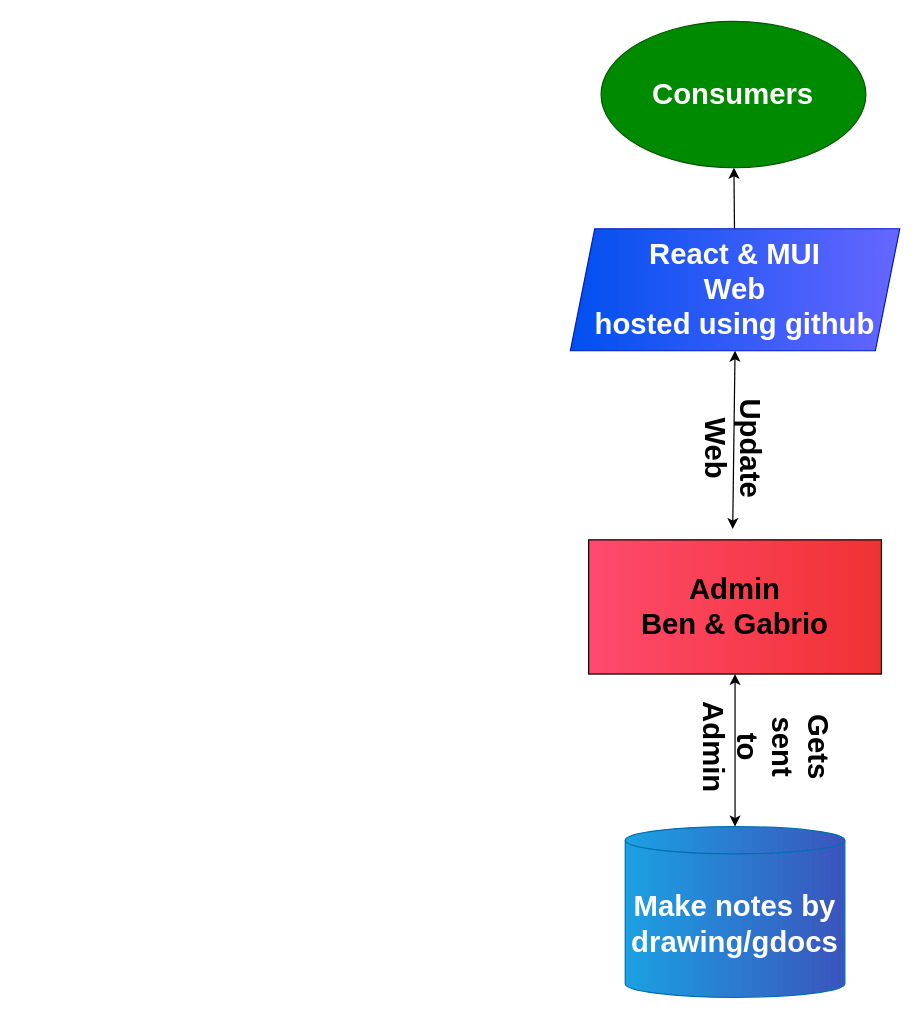
The draw.io diagram structure.drawio in Benedict02/caniarc, before the edit. Source tidied: cells renumbered, new cells numbered last; positions are measured from the earlier drawing's top-left corner, leaving out a move shared by most shapes. Both pictures are drawn from the tidied source at 122%, with x=0, y=0 at pixel (570, 21).
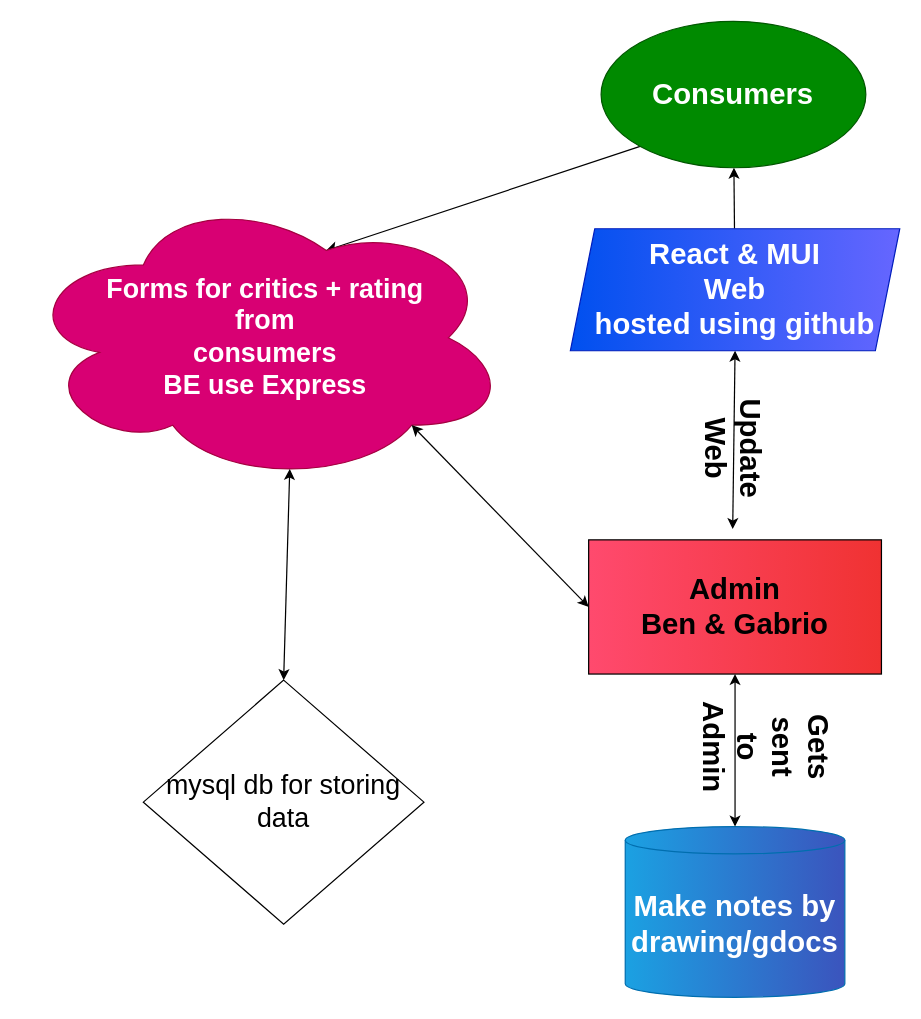
The same page after the edit.

Change to the diagram source:
```diff
@@
 <mxGraphModel>
   <root>
     <mxCell id="0" />
     <mxCell id="1" parent="0" />
     <mxCell id="2" value="Make notes by drawing/gdocs" style="shape=cylinder3;whiteSpace=wrap;html=1;boundedLbl=1;backgroundOutline=1;size=11.213508605957031;fillColor=#1ba1e2;fontColor=#ffffff;strokeColor=#006EAF;gradientColor=#3B54BD;gradientDirection=east;fontFamily=Helvetica;fontStyle=1;fontSize=24;" parent="1" vertex="1">
       <mxGeometry x="45" y="660" width="180" height="140" as="geometry" />
     </mxCell>
     <mxCell id="3" value="Admin&lt;br&gt;Ben &amp;amp; Gabrio" style="whiteSpace=wrap;html=1;fontSize=24;gradientDirection=east;fontStyle=1;labelBackgroundColor=none;fillColor=#FF4A6E;gradientColor=#F03232;" parent="1" vertex="1">
       <mxGeometry x="15" y="425" width="240" height="110" as="geometry" />
     </mxCell>
     <mxCell id="4" style="edgeStyle=none;html=1;" parent="1" edge="1" source="5" target="10">
       <mxGeometry relative="1" as="geometry" />
     </mxCell>
     <mxCell id="5" value="React &amp;amp; MUI&lt;br&gt;Web&lt;br&gt;hosted using github" style="shape=parallelogram;perimeter=parallelogramPerimeter;whiteSpace=wrap;html=1;fixedSize=1;shadow=0;labelBackgroundColor=none;fontFamily=Helvetica;fontSize=24;fillColor=#0050ef;gradientDirection=east;fontColor=#ffffff;strokeColor=#001DBC;gradientColor=#6666FF;fontStyle=1;" parent="1" vertex="1">
       <mxGeometry y="170" width="270" height="100" as="geometry" />
     </mxCell>
     <mxCell id="6" style="endArrow=classic;startArrow=classic;html=1;fontFamily=Helvetica;fontSize=24;entryX=0.5;entryY=1;entryDx=0;entryDy=0;exitX=0.492;exitY=-0.081;exitDx=0;exitDy=0;exitPerimeter=0;" parent="1" edge="1" source="3" target="5">
       <mxGeometry relative="1" as="geometry" />
     </mxCell>
     <mxCell id="7" style="endArrow=classic;startArrow=classic;html=1;fontFamily=Helvetica;fontSize=24;exitX=0.5;exitY=1;exitDx=0;exitDy=0;entryX=0.5;entryY=0;entryDx=0;entryDy=0;entryPerimeter=0;" parent="1" edge="1" source="3" target="2">
       <mxGeometry relative="1" as="geometry" />
     </mxCell>
     <mxCell id="8" value="Update Web" style="text;html=1;strokeColor=none;fillColor=none;align=center;verticalAlign=middle;whiteSpace=wrap;rounded=0;shadow=0;labelBackgroundColor=none;fontFamily=Helvetica;fontSize=24;rotation=90;fontStyle=1;" parent="1" vertex="1">
       <mxGeometry x="78.8" y="348.8" width="110" height="2.5" as="geometry" />
     </mxCell>
     <mxCell id="9" value="Gets sent to Admin" style="text;html=1;strokeColor=none;fillColor=none;align=center;verticalAlign=middle;whiteSpace=wrap;rounded=0;shadow=0;labelBackgroundColor=none;fontFamily=Helvetica;fontSize=24;rotation=90;fontStyle=1;" parent="1" vertex="1">
       <mxGeometry x="130" y="580" width="60" height="30" as="geometry" />
     </mxCell>
+    <mxCell id="11" style="edgeStyle=none;html=1;exitX=0;exitY=1;exitDx=0;exitDy=0;entryX=0.625;entryY=0.2;entryDx=0;entryDy=0;entryPerimeter=0;" parent="1" edge="1" source="10" target="12">
+      <mxGeometry relative="1" as="geometry" />
+    </mxCell>
     <mxCell id="10" value="Consumers" style="ellipse;whiteSpace=wrap;html=1;fontSize=24;fillColor=#008a00;strokeColor=#005700;fontColor=#ffffff;shadow=0;labelBackgroundColor=none;gradientDirection=east;fontStyle=1;" parent="1" vertex="1">
       <mxGeometry x="25.2" width="217" height="120" as="geometry" />
     </mxCell>
+    <mxCell id="12" value="&lt;font style=&quot;font-size: 22px;&quot;&gt;&lt;span style=&quot;font-size: 22px;&quot;&gt;Forms for c&lt;/span&gt;&lt;span style=&quot;font-size: 22px;&quot;&gt;ritics + rating&lt;br style=&quot;font-size: 22px;&quot;&gt;from&lt;/span&gt;&lt;span style=&quot;font-size: 22px;&quot;&gt;&lt;br style=&quot;font-size: 22px;&quot;&gt;consumers&lt;br style=&quot;font-size: 22px;&quot;&gt;BE use Express&lt;br style=&quot;font-size: 22px;&quot;&gt;&lt;/span&gt;&lt;/font&gt;" style="ellipse;shape=cloud;whiteSpace=wrap;html=1;fillColor=#d80073;fontColor=#ffffff;strokeColor=#A50040;fontSize=22;fontStyle=1;" parent="1" vertex="1">
+      <mxGeometry x="-450" y="140" width="400" height="238.8" as="geometry" />
+    </mxCell>
+    <mxCell id="13" value="mysql db for storing data" style="rhombus;whiteSpace=wrap;html=1;fontSize=22;" parent="1" vertex="1">
+      <mxGeometry x="-350" y="540" width="230" height="200" as="geometry" />
+    </mxCell>
+    <mxCell id="14" style="endArrow=classic;startArrow=classic;html=1;fontSize=22;exitX=0.5;exitY=0;exitDx=0;exitDy=0;entryX=0.55;entryY=0.95;entryDx=0;entryDy=0;entryPerimeter=0;" parent="1" edge="1" source="13" target="12">
+      <mxGeometry relative="1" as="geometry" />
+    </mxCell>
+    <mxCell id="15" style="endArrow=classic;startArrow=classic;html=1;fontSize=22;exitX=0;exitY=0.5;exitDx=0;exitDy=0;entryX=0.8;entryY=0.8;entryDx=0;entryDy=0;entryPerimeter=0;" parent="1" edge="1" source="3" target="12">
+      <mxGeometry relative="1" as="geometry" />
+    </mxCell>
   </root>
 </mxGraphModel>
```
